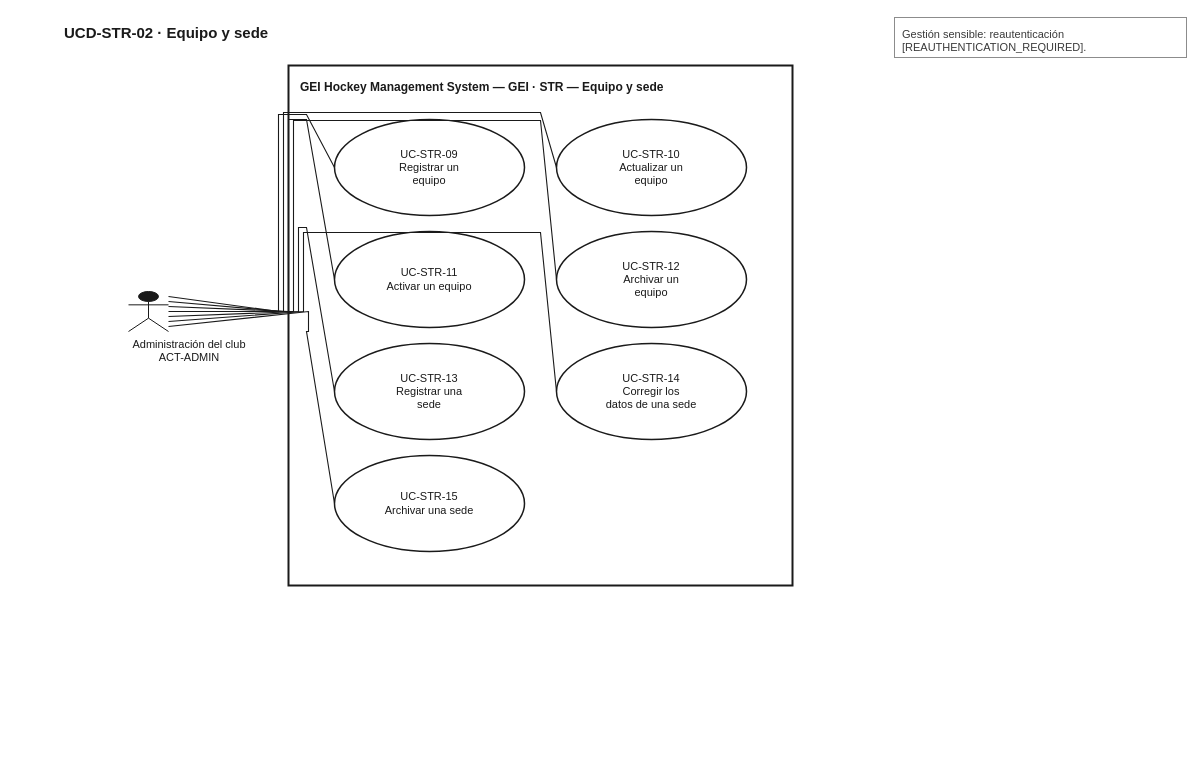
Earlier version of the draw.io diagram docs/uml/use-cases/source-v1_1/UCD-STR-02__GEI_Team_Venue.drawio (xeyroxpagode/Cluber). Source tidied: cells renumbered, new cells numbered last; positions are measured from the earlier drawing's top-left corner, leaving out a move shared by most shapes. Both pictures are drawn from the tidied source at 100%, with x=0, y=0 at pixel (62, 17).
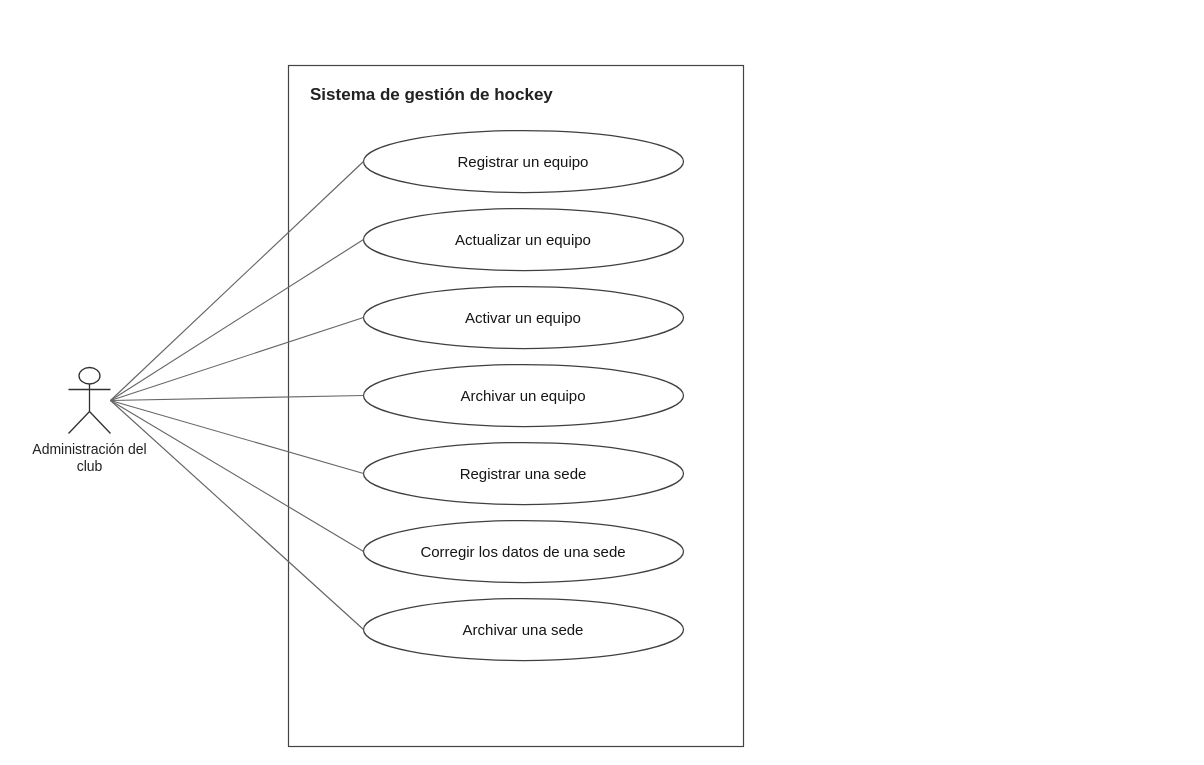
The same diagram, later.

Change to the diagram source:
```diff
@@
-<mxGraphModel>
+<mxGraphModel background="#FFFFFF">
@@
-    <mxCell id="2" value="UCD-STR-02 · Equipo y sede" style="text;html=1;strokeColor=none;fillColor=none;align=left;verticalAlign=middle;fontFamily=Helvetica;fontSize=15;fontStyle=1;fontColor=#1A1A1A;" parent="1" vertex="1">
-      <mxGeometry y="2" width="800" height="26" as="geometry" />
-    </mxCell>
-    <mxCell id="3" value="GEI Hockey Management System — GEI · STR — Equipo y sede" style="rounded=0;whiteSpace=wrap;html=1;fillColor=#FFFFFF;strokeColor=#1A1A1A;strokeWidth=2;verticalAlign=top;align=left;spacingLeft=10;spacingTop=8;fontFamily=Helvetica;fontSize=12;fontStyle=1;fontColor=#1A1A1A;" parent="1" vertex="1">
-      <mxGeometry x="226" y="48" width="504" height="520" as="geometry" />
+    <mxCell id="3" value="Sistema de gestión de hockey" style="rounded=0;whiteSpace=wrap;html=1;fillColor=#FFFFFF;strokeColor=#444444;strokeWidth=1.2;fontStyle=1;fontSize=17;fontColor=#222222;align=left;verticalAlign=top;spacingLeft=20;spacingTop=13;" parent="1" vertex="1">
+      <mxGeometry x="226" y="48" width="455" height="681" as="geometry" />
     </mxCell>
-    <mxCell id="4" value="UC-STR-09&lt;br&gt;Registrar un&lt;br&gt;equipo" style="ellipse;whiteSpace=wrap;html=1;fillColor=#FFFFFF;strokeColor=#1A1A1A;strokeWidth=1.5;fontFamily=Helvetica;fontSize=11;fontColor=#1A1A1A;align=center;verticalAlign=middle;" parent="1" vertex="1">
-      <mxGeometry x="272" y="102" width="190" height="96" as="geometry" />
-    </mxCell>
-    <mxCell id="5" value="UC-STR-10&lt;br&gt;Actualizar un&lt;br&gt;equipo" style="ellipse;whiteSpace=wrap;html=1;fillColor=#FFFFFF;strokeColor=#1A1A1A;strokeWidth=1.5;fontFamily=Helvetica;fontSize=11;fontColor=#1A1A1A;align=center;verticalAlign=middle;" parent="1" vertex="1">
-      <mxGeometry x="494" y="102" width="190" height="96" as="geometry" />
-    </mxCell>
-    <mxCell id="6" value="UC-STR-11&lt;br&gt;Activar un equipo" style="ellipse;whiteSpace=wrap;html=1;fillColor=#FFFFFF;strokeColor=#1A1A1A;strokeWidth=1.5;fontFamily=Helvetica;fontSize=11;fontColor=#1A1A1A;align=center;verticalAlign=middle;" parent="1" vertex="1">
-      <mxGeometry x="272" y="214" width="190" height="96" as="geometry" />
-    </mxCell>
-    <mxCell id="7" value="UC-STR-12&lt;br&gt;Archivar un&lt;br&gt;equipo" style="ellipse;whiteSpace=wrap;html=1;fillColor=#FFFFFF;strokeColor=#1A1A1A;strokeWidth=1.5;fontFamily=Helvetica;fontSize=11;fontColor=#1A1A1A;align=center;verticalAlign=middle;" parent="1" vertex="1">
-      <mxGeometry x="494" y="214" width="190" height="96" as="geometry" />
-    </mxCell>
-    <mxCell id="8" value="UC-STR-13&lt;br&gt;Registrar una&lt;br&gt;sede" style="ellipse;whiteSpace=wrap;html=1;fillColor=#FFFFFF;strokeColor=#1A1A1A;strokeWidth=1.5;fontFamily=Helvetica;fontSize=11;fontColor=#1A1A1A;align=center;verticalAlign=middle;" parent="1" vertex="1">
-      <mxGeometry x="272" y="326" width="190" height="96" as="geometry" />
-    </mxCell>
-    <mxCell id="9" value="UC-STR-14&lt;br&gt;Corregir los&lt;br&gt;datos de una sede" style="ellipse;whiteSpace=wrap;html=1;fillColor=#FFFFFF;strokeColor=#1A1A1A;strokeWidth=1.5;fontFamily=Helvetica;fontSize=11;fontColor=#1A1A1A;align=center;verticalAlign=middle;" parent="1" vertex="1">
-      <mxGeometry x="494" y="326" width="190" height="96" as="geometry" />
-    </mxCell>
-    <mxCell id="10" value="UC-STR-15&lt;br&gt;Archivar una sede" style="ellipse;whiteSpace=wrap;html=1;fillColor=#FFFFFF;strokeColor=#1A1A1A;strokeWidth=1.5;fontFamily=Helvetica;fontSize=11;fontColor=#1A1A1A;align=center;verticalAlign=middle;" parent="1" vertex="1">
-      <mxGeometry x="272" y="438" width="190" height="96" as="geometry" />
-    </mxCell>
-    <mxCell id="11" style="shape=umlActor;html=1;verticalLabelPosition=bottom;verticalAlign=top;align=center;labelBackgroundColor=#FFFFFF;fontFamily=Helvetica;fontSize=11;fontColor=#1A1A1A;strokeColor=#1A1A1A;fillColor=#1A1A1A;" parent="1" vertex="1">
-      <mxGeometry x="66" y="274" width="40" height="40" as="geometry" />
-    </mxCell>
-    <mxCell id="12" value="Administración del club&lt;br&gt;ACT-ADMIN" style="text;html=1;strokeColor=none;fillColor=none;align=center;verticalAlign=top;fontFamily=Helvetica;fontSize=11;fontColor=#1A1A1A;whiteSpace=wrap;" parent="1" vertex="1">
-      <mxGeometry x="42" y="314" width="170" height="28" as="geometry" />
-    </mxCell>
-    <mxCell id="13" value="Gestión sensible: reautenticación&lt;br&gt;[REAUTHENTICATION_REQUIRED]." style="rounded=0;whiteSpace=wrap;html=1;fillColor=#FFFFFF;strokeColor=#8C8C8C;strokeWidth=1;align=left;verticalAlign=top;spacingLeft=6;spacingTop=4;fontFamily=Helvetica;fontSize=11;fontColor=#3A3A3A;" parent="1" vertex="1">
-      <mxGeometry x="832" width="292" height="40" as="geometry" />
-    </mxCell>
-    <mxCell id="14" style="endArrow=none;html=1;rounded=0;strokeColor=#1A1A1A;strokeWidth=1.1;exitX=1;exitY=0.125;exitDx=0;exitDy=0;entryX=0;entryY=0.5;entryDx=0;entryDy=0;" parent="1" edge="1" source="11" target="4">
-      <mxGeometry relative="1" as="geometry">
-        <Array as="points">
-          <mxPoint x="216" y="294" />
-          <mxPoint x="216" y="97" />
-          <mxPoint x="244" y="97" />
-          <mxPoint x="272" y="150" />
-        </Array>
-      </mxGeometry>
-    </mxCell>
-    <mxCell id="15" style="endArrow=none;html=1;rounded=0;strokeColor=#1A1A1A;strokeWidth=1.1;exitX=1;exitY=0.25;exitDx=0;exitDy=0;entryX=0;entryY=0.5;entryDx=0;entryDy=0;" parent="1" edge="1" source="11" target="5">
-      <mxGeometry relative="1" as="geometry">
-        <Array as="points">
-          <mxPoint x="221" y="294" />
-          <mxPoint x="221" y="95" />
-          <mxPoint x="478" y="95" />
-          <mxPoint x="494" y="150" />
-        </Array>
-      </mxGeometry>
-    </mxCell>
-    <mxCell id="16" style="endArrow=none;html=1;rounded=0;strokeColor=#1A1A1A;strokeWidth=1.1;exitX=1;exitY=0.375;exitDx=0;exitDy=0;entryX=0;entryY=0.5;entryDx=0;entryDy=0;" parent="1" edge="1" source="11" target="6">
-      <mxGeometry relative="1" as="geometry">
-        <Array as="points">
-          <mxPoint x="226" y="294" />
-          <mxPoint x="226" y="102" />
-          <mxPoint x="244" y="102" />
-          <mxPoint x="272" y="262" />
-        </Array>
-      </mxGeometry>
-    </mxCell>
-    <mxCell id="17" style="endArrow=none;html=1;rounded=0;strokeColor=#1A1A1A;strokeWidth=1.1;exitX=1;exitY=0.5;exitDx=0;exitDy=0;entryX=0;entryY=0.5;entryDx=0;entryDy=0;" parent="1" edge="1" source="11" target="7">
-      <mxGeometry relative="1" as="geometry">
-        <Array as="points">
-          <mxPoint x="231" y="294" />
-          <mxPoint x="231" y="103" />
-          <mxPoint x="478" y="103" />
-          <mxPoint x="494" y="262" />
-        </Array>
-      </mxGeometry>
-    </mxCell>
-    <mxCell id="18" style="endArrow=none;html=1;rounded=0;strokeColor=#1A1A1A;strokeWidth=1.1;exitX=1;exitY=0.625;exitDx=0;exitDy=0;entryX=0;entryY=0.5;entryDx=0;entryDy=0;" parent="1" edge="1" source="11" target="8">
-      <mxGeometry relative="1" as="geometry">
-        <Array as="points">
-          <mxPoint x="236" y="294" />
-          <mxPoint x="236" y="210" />
-          <mxPoint x="244" y="210" />
-          <mxPoint x="272" y="374" />
-        </Array>
-      </mxGeometry>
-    </mxCell>
-    <mxCell id="19" style="endArrow=none;html=1;rounded=0;strokeColor=#1A1A1A;strokeWidth=1.1;exitX=1;exitY=0.75;exitDx=0;exitDy=0;entryX=0;entryY=0.5;entryDx=0;entryDy=0;" parent="1" edge="1" source="11" target="9">
-      <mxGeometry relative="1" as="geometry">
-        <Array as="points">
-          <mxPoint x="241" y="294" />
-          <mxPoint x="241" y="215" />
-          <mxPoint x="478" y="215" />
-          <mxPoint x="494" y="374" />
-        </Array>
-      </mxGeometry>
-    </mxCell>
-    <mxCell id="20" style="endArrow=none;html=1;rounded=0;strokeColor=#1A1A1A;strokeWidth=1.1;exitX=1;exitY=0.875;exitDx=0;exitDy=0;entryX=0;entryY=0.5;entryDx=0;entryDy=0;" parent="1" edge="1" source="11" target="10">
-      <mxGeometry relative="1" as="geometry">
-        <Array as="points">
-          <mxPoint x="246" y="294" />
-          <mxPoint x="246" y="314" />
-          <mxPoint x="244" y="314" />
-          <mxPoint x="272" y="486" />
-        </Array>
-      </mxGeometry>
-    </mxCell>
+    <mxCell id="21" value="Registrar un equipo" style="ellipse;html=1;whiteSpace=wrap;fillColor=#FFFFFF;strokeColor=#404040;strokeWidth=1.25;fontColor=#161616;fontSize=15;align=center;verticalAlign=middle;spacing=10;" parent="1" vertex="1">
+      <mxGeometry x="301" y="113" width="320" height="62" as="geometry" />
+    </mxCell>
+    <mxCell id="22" value="Actualizar un equipo" style="ellipse;html=1;whiteSpace=wrap;fillColor=#FFFFFF;strokeColor=#404040;strokeWidth=1.25;fontColor=#161616;fontSize=15;align=center;verticalAlign=middle;spacing=10;" parent="1" vertex="1">
+      <mxGeometry x="301" y="191" width="320" height="62" as="geometry" />
+    </mxCell>
+    <mxCell id="23" value="Activar un equipo" style="ellipse;html=1;whiteSpace=wrap;fillColor=#FFFFFF;strokeColor=#404040;strokeWidth=1.25;fontColor=#161616;fontSize=15;align=center;verticalAlign=middle;spacing=10;" parent="1" vertex="1">
+      <mxGeometry x="301" y="269" width="320" height="62" as="geometry" />
+    </mxCell>
+    <mxCell id="24" value="Archivar un equipo" style="ellipse;html=1;whiteSpace=wrap;fillColor=#FFFFFF;strokeColor=#404040;strokeWidth=1.25;fontColor=#161616;fontSize=15;align=center;verticalAlign=middle;spacing=10;" parent="1" vertex="1">
+      <mxGeometry x="301" y="347" width="320" height="62" as="geometry" />
+    </mxCell>
+    <mxCell id="25" value="Registrar una sede" style="ellipse;html=1;whiteSpace=wrap;fillColor=#FFFFFF;strokeColor=#404040;strokeWidth=1.25;fontColor=#161616;fontSize=15;align=center;verticalAlign=middle;spacing=10;" parent="1" vertex="1">
+      <mxGeometry x="301" y="425" width="320" height="62" as="geometry" />
+    </mxCell>
+    <mxCell id="26" value="Corregir los datos de una sede" style="ellipse;html=1;whiteSpace=wrap;fillColor=#FFFFFF;strokeColor=#404040;strokeWidth=1.25;fontColor=#161616;fontSize=15;align=center;verticalAlign=middle;spacing=10;" parent="1" vertex="1">
+      <mxGeometry x="301" y="503" width="320" height="62" as="geometry" />
+    </mxCell>
+    <mxCell id="27" value="Archivar una sede" style="ellipse;html=1;whiteSpace=wrap;fillColor=#FFFFFF;strokeColor=#404040;strokeWidth=1.25;fontColor=#161616;fontSize=15;align=center;verticalAlign=middle;spacing=10;" parent="1" vertex="1">
+      <mxGeometry x="301" y="581" width="320" height="62" as="geometry" />
+    </mxCell>
+    <mxCell id="28" style="shape=umlActor;html=1;strokeColor=#303030;strokeWidth=1.3;fillColor=#FFFFFF;" parent="1" vertex="1">
+      <mxGeometry x="6" y="350" width="42" height="66" as="geometry" />
+    </mxCell>
+    <mxCell id="29" value="Administración del club" style="text;html=1;whiteSpace=wrap;align=center;verticalAlign=top;fontSize=14;fontColor=#222222;fillColor=none;strokeColor=none;" parent="1" vertex="1">
+      <mxGeometry x="-45" y="417" width="145" height="44" as="geometry" />
+    </mxCell>
+    <mxCell id="30" style="endArrow=none;startArrow=none;html=1;strokeColor=#666666;strokeWidth=1.15;rounded=0;edgeStyle=none;exitX=1;exitY=0.5;entryX=0;entryY=0.5;" parent="1" edge="1" source="28" target="21">
+      <mxGeometry relative="1" as="geometry" />
+    </mxCell>
+    <mxCell id="31" style="endArrow=none;startArrow=none;html=1;strokeColor=#666666;strokeWidth=1.15;rounded=0;edgeStyle=none;exitX=1;exitY=0.5;entryX=0;entryY=0.5;" parent="1" edge="1" source="28" target="22">
+      <mxGeometry relative="1" as="geometry" />
+    </mxCell>
+    <mxCell id="32" style="endArrow=none;startArrow=none;html=1;strokeColor=#666666;strokeWidth=1.15;rounded=0;edgeStyle=none;exitX=1;exitY=0.5;entryX=0;entryY=0.5;" parent="1" edge="1" source="28" target="23">
+      <mxGeometry relative="1" as="geometry" />
+    </mxCell>
+    <mxCell id="33" style="endArrow=none;startArrow=none;html=1;strokeColor=#666666;strokeWidth=1.15;rounded=0;edgeStyle=none;exitX=1;exitY=0.5;entryX=0;entryY=0.5;" parent="1" edge="1" source="28" target="24">
+      <mxGeometry relative="1" as="geometry" />
+    </mxCell>
+    <mxCell id="34" style="endArrow=none;startArrow=none;html=1;strokeColor=#666666;strokeWidth=1.15;rounded=0;edgeStyle=none;exitX=1;exitY=0.5;entryX=0;entryY=0.5;" parent="1" edge="1" source="28" target="25">
+      <mxGeometry relative="1" as="geometry" />
+    </mxCell>
+    <mxCell id="35" style="endArrow=none;startArrow=none;html=1;strokeColor=#666666;strokeWidth=1.15;rounded=0;edgeStyle=none;exitX=1;exitY=0.5;entryX=0;entryY=0.5;" parent="1" edge="1" source="28" target="26">
+      <mxGeometry relative="1" as="geometry" />
+    </mxCell>
+    <mxCell id="36" style="endArrow=none;startArrow=none;html=1;strokeColor=#666666;strokeWidth=1.15;rounded=0;edgeStyle=none;exitX=1;exitY=0.5;entryX=0;entryY=0.5;" parent="1" edge="1" source="28" target="27">
+      <mxGeometry relative="1" as="geometry" />
+    </mxCell>
```
